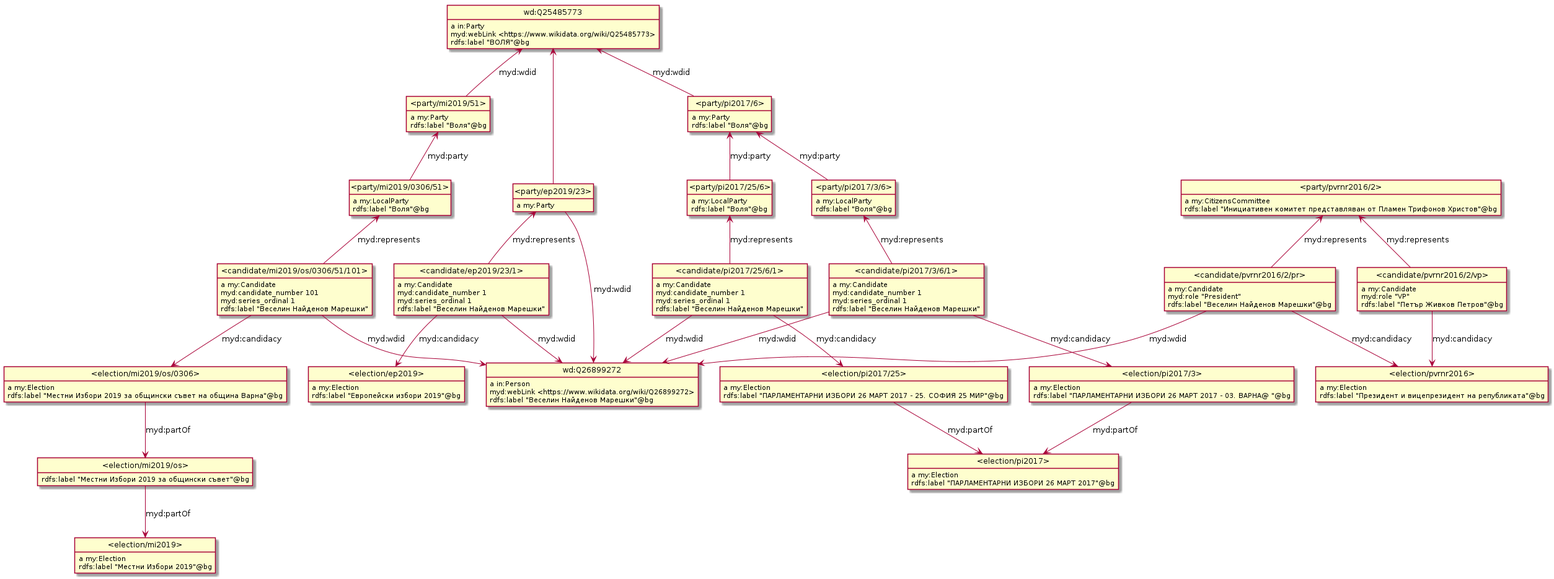
This is model/integrated_candidacy.png from nikolatulechki/semanticElections, a PlantUML export, as it was before one commit. Source of this version:
```plantuml
@startuml
hide empty methods
hide empty attributes
hide circle

class wd_Q25485773 as "wd:Q25485773"
wd_Q25485773 : a in:Party
wd_Q25485773 : myd:webLink <https://www.wikidata.org/wiki/Q25485773>
wd_Q25485773 : rdfs:label "ВОЛЯ"@bg
class wd_Q26899272 as "wd:Q26899272"
wd_Q26899272 : a in:Person
wd_Q26899272 : myd:webLink <https://www.wikidata.org/wiki/Q26899272>
wd_Q26899272 : rdfs:label "Веселин Найденов Марешки"@bg
class _candidate_ep2019_23_1_ as "<candidate/ep2019/23/1>"
_candidate_ep2019_23_1_ : a my:Candidate
_candidate_ep2019_23_1_ -down-> wd_Q26899272 : myd:wdid
class _election_ep2019_ as "<election/ep2019>"
_candidate_ep2019_23_1_ -down-> _election_ep2019_ : myd:candidacy
class _party_ep2019_23_ as "<party/ep2019/23>"
_candidate_ep2019_23_1_ -up-> _party_ep2019_23_ : myd:represents
_candidate_ep2019_23_1_ : myd:candidate_number 1
_candidate_ep2019_23_1_ : myd:series_ordinal 1
_candidate_ep2019_23_1_ : rdfs:label "Веселин Найденов Марешки"
class _candidate_mi2019_os_0306_51_101_ as "<candidate/mi2019/os/0306/51/101>"
_candidate_mi2019_os_0306_51_101_ : a my:Candidate
_candidate_mi2019_os_0306_51_101_ -down-> wd_Q26899272 : myd:wdid
class _election_mi2019_os_0306_ as "<election/mi2019/os/0306>"
_candidate_mi2019_os_0306_51_101_ -down-> _election_mi2019_os_0306_ : myd:candidacy
class _party_mi2019_0306_51_ as "<party/mi2019/0306/51>"
_candidate_mi2019_os_0306_51_101_ -up-> _party_mi2019_0306_51_ : myd:represents
_candidate_mi2019_os_0306_51_101_ : myd:candidate_number 101
_candidate_mi2019_os_0306_51_101_ : myd:series_ordinal 1
_candidate_mi2019_os_0306_51_101_ : rdfs:label "Веселин Найденов Марешки"
class _candidate_pi2017_25_6_1_ as "<candidate/pi2017/25/6/1>"
_candidate_pi2017_25_6_1_ : a my:Candidate
_candidate_pi2017_25_6_1_ -down-> wd_Q26899272 : myd:wdid
class _election_pi2017_25_ as "<election/pi2017/25>"
_candidate_pi2017_25_6_1_ -down-> _election_pi2017_25_ : myd:candidacy
class _party_pi2017_25_6_ as "<party/pi2017/25/6>"
_candidate_pi2017_25_6_1_ -up-> _party_pi2017_25_6_ : myd:represents
_candidate_pi2017_25_6_1_ : myd:candidate_number 1
_candidate_pi2017_25_6_1_ : myd:series_ordinal 1
_candidate_pi2017_25_6_1_ : rdfs:label "Веселин Найденов Марешки"
class _candidate_pi2017_3_6_1_ as "<candidate/pi2017/3/6/1>"
_candidate_pi2017_3_6_1_ : a my:Candidate
_candidate_pi2017_3_6_1_ -down-> wd_Q26899272 : myd:wdid
class _election_pi2017_3_ as "<election/pi2017/3>"
_candidate_pi2017_3_6_1_ -down-> _election_pi2017_3_ : myd:candidacy
class _party_pi2017_3_6_ as "<party/pi2017/3/6>"
_candidate_pi2017_3_6_1_ -up-> _party_pi2017_3_6_ : myd:represents
_candidate_pi2017_3_6_1_ : myd:candidate_number 1
_candidate_pi2017_3_6_1_ : myd:series_ordinal 1
_candidate_pi2017_3_6_1_ : rdfs:label "Веселин Найденов Марешки"
class _candidate_pvrnr2016_2_pr_ as "<candidate/pvrnr2016/2/pr>"
_candidate_pvrnr2016_2_pr_ : a my:Candidate
_candidate_pvrnr2016_2_pr_ -down-> wd_Q26899272 : myd:wdid
class _election_pvrnr2016_ as "<election/pvrnr2016>"
_candidate_pvrnr2016_2_pr_ -down-> _election_pvrnr2016_ : myd:candidacy
class _party_pvrnr2016_2_ as "<party/pvrnr2016/2>"
_candidate_pvrnr2016_2_pr_ -up-> _party_pvrnr2016_2_ : myd:represents
_candidate_pvrnr2016_2_pr_ : myd:role "President"
_candidate_pvrnr2016_2_pr_ : rdfs:label "Веселин Найденов Марешки"@bg
class _candidate_pvrnr2016_2_vp_ as "<candidate/pvrnr2016/2/vp>"
_candidate_pvrnr2016_2_vp_ : a my:Candidate
_candidate_pvrnr2016_2_vp_ -down-> _election_pvrnr2016_ : myd:candidacy
_candidate_pvrnr2016_2_vp_ -up-> _party_pvrnr2016_2_ : myd:represents
_candidate_pvrnr2016_2_vp_ : myd:role "VP"
_candidate_pvrnr2016_2_vp_ : rdfs:label "Петър Живков Петров"@bg
_election_ep2019_ : a my:Election
_election_ep2019_ : rdfs:label "Европейски избори 2019"@bg
class _election_mi2019_ as "<election/mi2019>"
_election_mi2019_ : a my:Election
_election_mi2019_ : rdfs:label "Местни Избори 2019"@bg
class _election_mi2019_os_ as "<election/mi2019/os>"
_election_mi2019_os_ -down-> _election_mi2019_ : myd:partOf
_election_mi2019_os_ : rdfs:label "Местни Избори 2019 за общински съвет"@bg
_election_mi2019_os_0306_ : a my:Election
_election_mi2019_os_0306_ -down-> _election_mi2019_os_ : myd:partOf
_election_mi2019_os_0306_ : rdfs:label "Местни Избори 2019 за общински съвет на община Варна"@bg
class _election_pi2017_ as "<election/pi2017>"
_election_pi2017_ : a my:Election
_election_pi2017_ : rdfs:label "ПАРЛАМЕНТАРНИ ИЗБОРИ 26 МАРТ 2017"@bg
_election_pi2017_25_ : a my:Election
_election_pi2017_25_ -down-> _election_pi2017_ : myd:partOf
_election_pi2017_25_ : rdfs:label "ПАРЛАМЕНТАРНИ ИЗБОРИ 26 МАРТ 2017 - 25. СОФИЯ 25 МИР"@bg
_election_pi2017_3_ : a my:Election
_election_pi2017_3_ -down-> _election_pi2017_ : myd:partOf
_election_pi2017_3_ : rdfs:label "ПАРЛАМЕНТАРНИ ИЗБОРИ 26 МАРТ 2017 - 03. ВАРНА@ "@bg
_election_pvrnr2016_ : a my:Election
_election_pvrnr2016_ : rdfs:label "Президент и вицепрезидент на републиката"@bg
_party_ep2019_23_ : a my:Party
_party_ep2019_23_ -up-> wd_Q25485773
_party_ep2019_23_ -down-> wd_Q26899272 : myd:wdid
_party_mi2019_0306_51_ : a my:LocalParty
class _party_mi2019_51_ as "<party/mi2019/51>"
_party_mi2019_0306_51_ -up-> _party_mi2019_51_ : myd:party
_party_mi2019_0306_51_ : rdfs:label "Воля"@bg
_party_mi2019_51_ : a my:Party
_party_mi2019_51_ -up-> wd_Q25485773 : myd:wdid
_party_mi2019_51_ : rdfs:label "Воля"@bg
_party_pi2017_25_6_ : a my:LocalParty
class _party_pi2017_6_ as "<party/pi2017/6>"
_party_pi2017_25_6_ -up-> _party_pi2017_6_ : myd:party
_party_pi2017_25_6_ : rdfs:label "Воля"@bg
_party_pi2017_3_6_ : a my:LocalParty
_party_pi2017_3_6_ -up-> _party_pi2017_6_ : myd:party
_party_pi2017_3_6_ : rdfs:label "Воля"@bg
_party_pi2017_6_ : a my:Party
_party_pi2017_6_ -up-> wd_Q25485773 : myd:wdid
_party_pi2017_6_ : rdfs:label "Воля"@bg
_party_pvrnr2016_2_ : a my:CitizensCommittee
_party_pvrnr2016_2_ : rdfs:label "Инициативен комитет представляван от Пламен Трифонов Христов"@bg
@enduml
```
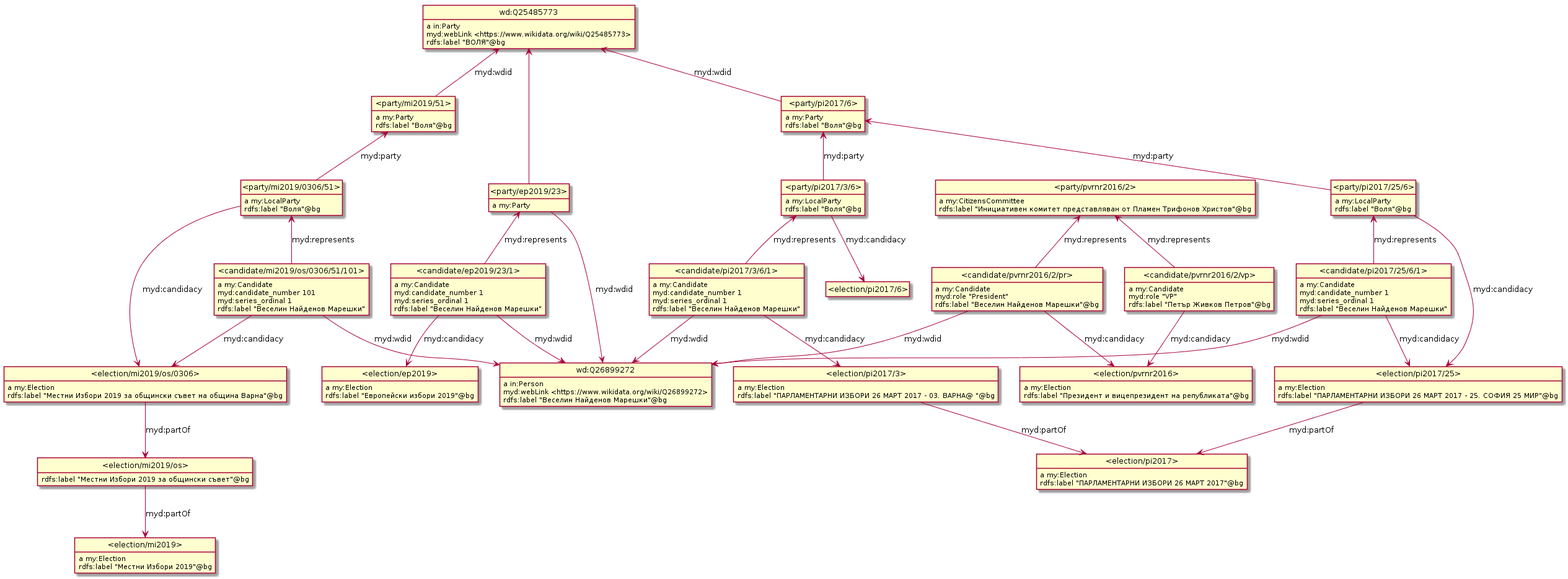
Above is the later version.

Diff of the diagram source:
```diff
@@ -2,112 +2,116 @@
 hide empty methods
 hide empty attributes
 hide circle
-
+skinparam classAttributeIconSize 0
+class _election_mi2019_os_0306_ as "<election/mi2019/os/0306>"
+_election_mi2019_os_0306_ : a my:Election
+class _election_mi2019_os_ as "<election/mi2019/os>"
+_election_mi2019_os_0306_ -down-> _election_mi2019_os_ : myd:partOf
+_election_mi2019_os_0306_ : rdfs:label "Местни Избори 2019 за общински съвет на община Варна"@bg
+class _party_mi2019_0306_51_ as "<party/mi2019/0306/51>"
+_party_mi2019_0306_51_ : a my:LocalParty
+_party_mi2019_0306_51_ -down-> _election_mi2019_os_0306_ : myd:candidacy
+class _party_mi2019_51_ as "<party/mi2019/51>"
+_party_mi2019_0306_51_ -up-> _party_mi2019_51_ : myd:party
+_party_mi2019_0306_51_ : rdfs:label "Воля"@bg
+class _party_ep2019_23_ as "<party/ep2019/23>"
+_party_ep2019_23_ : a my:Party
+class wd_Q26899272 as "wd:Q26899272"
+_party_ep2019_23_ -down-> wd_Q26899272 : myd:wdid
 class wd_Q25485773 as "wd:Q25485773"
-wd_Q25485773 : a in:Party
-wd_Q25485773 : myd:webLink <https://www.wikidata.org/wiki/Q25485773>
-wd_Q25485773 : rdfs:label "ВОЛЯ"@bg
-class wd_Q26899272 as "wd:Q26899272"
-wd_Q26899272 : a in:Person
-wd_Q26899272 : myd:webLink <https://www.wikidata.org/wiki/Q26899272>
-wd_Q26899272 : rdfs:label "Веселин Найденов Марешки"@bg
-class _candidate_ep2019_23_1_ as "<candidate/ep2019/23/1>"
-_candidate_ep2019_23_1_ : a my:Candidate
-_candidate_ep2019_23_1_ -down-> wd_Q26899272 : myd:wdid
-class _election_ep2019_ as "<election/ep2019>"
-_candidate_ep2019_23_1_ -down-> _election_ep2019_ : myd:candidacy
-class _party_ep2019_23_ as "<party/ep2019/23>"
-_candidate_ep2019_23_1_ -up-> _party_ep2019_23_ : myd:represents
-_candidate_ep2019_23_1_ : myd:candidate_number 1
-_candidate_ep2019_23_1_ : myd:series_ordinal 1
-_candidate_ep2019_23_1_ : rdfs:label "Веселин Найденов Марешки"
+_party_ep2019_23_ -up-> wd_Q25485773
 class _candidate_mi2019_os_0306_51_101_ as "<candidate/mi2019/os/0306/51/101>"
 _candidate_mi2019_os_0306_51_101_ : a my:Candidate
 _candidate_mi2019_os_0306_51_101_ -down-> wd_Q26899272 : myd:wdid
-class _election_mi2019_os_0306_ as "<election/mi2019/os/0306>"
 _candidate_mi2019_os_0306_51_101_ -down-> _election_mi2019_os_0306_ : myd:candidacy
-class _party_mi2019_0306_51_ as "<party/mi2019/0306/51>"
 _candidate_mi2019_os_0306_51_101_ -up-> _party_mi2019_0306_51_ : myd:represents
 _candidate_mi2019_os_0306_51_101_ : myd:candidate_number 101
 _candidate_mi2019_os_0306_51_101_ : myd:series_ordinal 1
 _candidate_mi2019_os_0306_51_101_ : rdfs:label "Веселин Найденов Марешки"
+class _election_pi2017_ as "<election/pi2017>"
+_election_pi2017_ : a my:Election
+_election_pi2017_ : rdfs:label "ПАРЛАМЕНТАРНИ ИЗБОРИ 26 МАРТ 2017"@bg
+class _party_pi2017_25_6_ as "<party/pi2017/25/6>"
+_party_pi2017_25_6_ : a my:LocalParty
+class _party_pi2017_6_ as "<party/pi2017/6>"
+_party_pi2017_25_6_ -up-> _party_pi2017_6_ : myd:party
+class _election_pi2017_25_ as "<election/pi2017/25>"
+_party_pi2017_25_6_ -down-> _election_pi2017_25_ : myd:candidacy
+_party_pi2017_25_6_ : rdfs:label "Воля"@bg
+class _election_mi2019_ as "<election/mi2019>"
+_election_mi2019_ : a my:Election
+_election_mi2019_ : rdfs:label "Местни Избори 2019"@bg
+wd_Q25485773 : a in:Party
+wd_Q25485773 : myd:webLink <https://www.wikidata.org/wiki/Q25485773>
+wd_Q25485773 : rdfs:label "ВОЛЯ"@bg
+wd_Q26899272 : a in:Person
+wd_Q26899272 : myd:webLink <https://www.wikidata.org/wiki/Q26899272>
+wd_Q26899272 : rdfs:label "Веселин Найденов Марешки"@bg
+class _election_pvrnr2016_ as "<election/pvrnr2016>"
+_election_pvrnr2016_ : a my:Election
+_election_pvrnr2016_ : rdfs:label "Президент и вицепрезидент на републиката"@bg
+class _party_pvrnr2016_2_ as "<party/pvrnr2016/2>"
+_party_pvrnr2016_2_ : a my:CitizensCommittee
+_party_pvrnr2016_2_ : rdfs:label "Инициативен комитет представляван от Пламен Трифонов Христов"@bg
 class _candidate_pi2017_25_6_1_ as "<candidate/pi2017/25/6/1>"
 _candidate_pi2017_25_6_1_ : a my:Candidate
 _candidate_pi2017_25_6_1_ -down-> wd_Q26899272 : myd:wdid
-class _election_pi2017_25_ as "<election/pi2017/25>"
 _candidate_pi2017_25_6_1_ -down-> _election_pi2017_25_ : myd:candidacy
-class _party_pi2017_25_6_ as "<party/pi2017/25/6>"
 _candidate_pi2017_25_6_1_ -up-> _party_pi2017_25_6_ : myd:represents
 _candidate_pi2017_25_6_1_ : myd:candidate_number 1
 _candidate_pi2017_25_6_1_ : myd:series_ordinal 1
 _candidate_pi2017_25_6_1_ : rdfs:label "Веселин Найденов Марешки"
-class _candidate_pi2017_3_6_1_ as "<candidate/pi2017/3/6/1>"
-_candidate_pi2017_3_6_1_ : a my:Candidate
-_candidate_pi2017_3_6_1_ -down-> wd_Q26899272 : myd:wdid
-class _election_pi2017_3_ as "<election/pi2017/3>"
-_candidate_pi2017_3_6_1_ -down-> _election_pi2017_3_ : myd:candidacy
-class _party_pi2017_3_6_ as "<party/pi2017/3/6>"
-_candidate_pi2017_3_6_1_ -up-> _party_pi2017_3_6_ : myd:represents
-_candidate_pi2017_3_6_1_ : myd:candidate_number 1
-_candidate_pi2017_3_6_1_ : myd:series_ordinal 1
-_candidate_pi2017_3_6_1_ : rdfs:label "Веселин Найденов Марешки"
-class _candidate_pvrnr2016_2_pr_ as "<candidate/pvrnr2016/2/pr>"
-_candidate_pvrnr2016_2_pr_ : a my:Candidate
-_candidate_pvrnr2016_2_pr_ -down-> wd_Q26899272 : myd:wdid
-class _election_pvrnr2016_ as "<election/pvrnr2016>"
-_candidate_pvrnr2016_2_pr_ -down-> _election_pvrnr2016_ : myd:candidacy
-class _party_pvrnr2016_2_ as "<party/pvrnr2016/2>"
-_candidate_pvrnr2016_2_pr_ -up-> _party_pvrnr2016_2_ : myd:represents
-_candidate_pvrnr2016_2_pr_ : myd:role "President"
-_candidate_pvrnr2016_2_pr_ : rdfs:label "Веселин Найденов Марешки"@bg
+class _election_ep2019_ as "<election/ep2019>"
+_election_ep2019_ : a my:Election
+_election_ep2019_ : rdfs:label "Европейски избори 2019"@bg
 class _candidate_pvrnr2016_2_vp_ as "<candidate/pvrnr2016/2/vp>"
 _candidate_pvrnr2016_2_vp_ : a my:Candidate
 _candidate_pvrnr2016_2_vp_ -down-> _election_pvrnr2016_ : myd:candidacy
 _candidate_pvrnr2016_2_vp_ -up-> _party_pvrnr2016_2_ : myd:represents
 _candidate_pvrnr2016_2_vp_ : myd:role "VP"
 _candidate_pvrnr2016_2_vp_ : rdfs:label "Петър Живков Петров"@bg
-_election_ep2019_ : a my:Election
-_election_ep2019_ : rdfs:label "Европейски избори 2019"@bg
-class _election_mi2019_ as "<election/mi2019>"
-_election_mi2019_ : a my:Election
-_election_mi2019_ : rdfs:label "Местни Избори 2019"@bg
-class _election_mi2019_os_ as "<election/mi2019/os>"
+_party_pi2017_6_ : a my:Party
+_party_pi2017_6_ -up-> wd_Q25485773 : myd:wdid
+_party_pi2017_6_ : rdfs:label "Воля"@bg
+_party_mi2019_51_ : a my:Party
+_party_mi2019_51_ -up-> wd_Q25485773 : myd:wdid
+_party_mi2019_51_ : rdfs:label "Воля"@bg
 _election_mi2019_os_ -down-> _election_mi2019_ : myd:partOf
 _election_mi2019_os_ : rdfs:label "Местни Избори 2019 за общински съвет"@bg
-_election_mi2019_os_0306_ : a my:Election
-_election_mi2019_os_0306_ -down-> _election_mi2019_os_ : myd:partOf
-_election_mi2019_os_0306_ : rdfs:label "Местни Избори 2019 за общински съвет на община Варна"@bg
-class _election_pi2017_ as "<election/pi2017>"
-_election_pi2017_ : a my:Election
-_election_pi2017_ : rdfs:label "ПАРЛАМЕНТАРНИ ИЗБОРИ 26 МАРТ 2017"@bg
+class _candidate_pvrnr2016_2_pr_ as "<candidate/pvrnr2016/2/pr>"
+_candidate_pvrnr2016_2_pr_ : a my:Candidate
+_candidate_pvrnr2016_2_pr_ -up-> _party_pvrnr2016_2_ : myd:represents
+_candidate_pvrnr2016_2_pr_ -down-> _election_pvrnr2016_ : myd:candidacy
+_candidate_pvrnr2016_2_pr_ -down-> wd_Q26899272 : myd:wdid
+_candidate_pvrnr2016_2_pr_ : myd:role "President"
+_candidate_pvrnr2016_2_pr_ : rdfs:label "Веселин Найденов Марешки"@bg
+class _election_pi2017_3_ as "<election/pi2017/3>"
+_election_pi2017_3_ : a my:Election
+_election_pi2017_3_ -down-> _election_pi2017_ : myd:partOf
+_election_pi2017_3_ : rdfs:label "ПАРЛАМЕНТАРНИ ИЗБОРИ 26 МАРТ 2017 - 03. ВАРНА@ "@bg
+class _candidate_ep2019_23_1_ as "<candidate/ep2019/23/1>"
+_candidate_ep2019_23_1_ : a my:Candidate
+_candidate_ep2019_23_1_ -down-> _election_ep2019_ : myd:candidacy
+_candidate_ep2019_23_1_ -down-> wd_Q26899272 : myd:wdid
+_candidate_ep2019_23_1_ -up-> _party_ep2019_23_ : myd:represents
+_candidate_ep2019_23_1_ : myd:candidate_number 1
+_candidate_ep2019_23_1_ : myd:series_ordinal 1
+_candidate_ep2019_23_1_ : rdfs:label "Веселин Найденов Марешки"
 _election_pi2017_25_ : a my:Election
 _election_pi2017_25_ -down-> _election_pi2017_ : myd:partOf
 _election_pi2017_25_ : rdfs:label "ПАРЛАМЕНТАРНИ ИЗБОРИ 26 МАРТ 2017 - 25. СОФИЯ 25 МИР"@bg
-_election_pi2017_3_ : a my:Election
-_election_pi2017_3_ -down-> _election_pi2017_ : myd:partOf
-_election_pi2017_3_ : rdfs:label "ПАРЛАМЕНТАРНИ ИЗБОРИ 26 МАРТ 2017 - 03. ВАРНА@ "@bg
-_election_pvrnr2016_ : a my:Election
-_election_pvrnr2016_ : rdfs:label "Президент и вицепрезидент на републиката"@bg
-_party_ep2019_23_ : a my:Party
-_party_ep2019_23_ -up-> wd_Q25485773
-_party_ep2019_23_ -down-> wd_Q26899272 : myd:wdid
-_party_mi2019_0306_51_ : a my:LocalParty
-class _party_mi2019_51_ as "<party/mi2019/51>"
-_party_mi2019_0306_51_ -up-> _party_mi2019_51_ : myd:party
-_party_mi2019_0306_51_ : rdfs:label "Воля"@bg
-_party_mi2019_51_ : a my:Party
-_party_mi2019_51_ -up-> wd_Q25485773 : myd:wdid
-_party_mi2019_51_ : rdfs:label "Воля"@bg
-_party_pi2017_25_6_ : a my:LocalParty
-class _party_pi2017_6_ as "<party/pi2017/6>"
-_party_pi2017_25_6_ -up-> _party_pi2017_6_ : myd:party
-_party_pi2017_25_6_ : rdfs:label "Воля"@bg
+class _candidate_pi2017_3_6_1_ as "<candidate/pi2017/3/6/1>"
+_candidate_pi2017_3_6_1_ : a my:Candidate
+_candidate_pi2017_3_6_1_ -down-> _election_pi2017_3_ : myd:candidacy
+class _party_pi2017_3_6_ as "<party/pi2017/3/6>"
+_candidate_pi2017_3_6_1_ -up-> _party_pi2017_3_6_ : myd:represents
+_candidate_pi2017_3_6_1_ -down-> wd_Q26899272 : myd:wdid
+_candidate_pi2017_3_6_1_ : myd:candidate_number 1
+_candidate_pi2017_3_6_1_ : myd:series_ordinal 1
+_candidate_pi2017_3_6_1_ : rdfs:label "Веселин Найденов Марешки"
 _party_pi2017_3_6_ : a my:LocalParty
+class _election_pi2017_6_ as "<election/pi2017/6>"
+_party_pi2017_3_6_ -down-> _election_pi2017_6_ : myd:candidacy
 _party_pi2017_3_6_ -up-> _party_pi2017_6_ : myd:party
 _party_pi2017_3_6_ : rdfs:label "Воля"@bg
-_party_pi2017_6_ : a my:Party
-_party_pi2017_6_ -up-> wd_Q25485773 : myd:wdid
-_party_pi2017_6_ : rdfs:label "Воля"@bg
-_party_pvrnr2016_2_ : a my:CitizensCommittee
-_party_pvrnr2016_2_ : rdfs:label "Инициативен комитет представляван от Пламен Трифонов Христов"@bg
 @enduml
```
